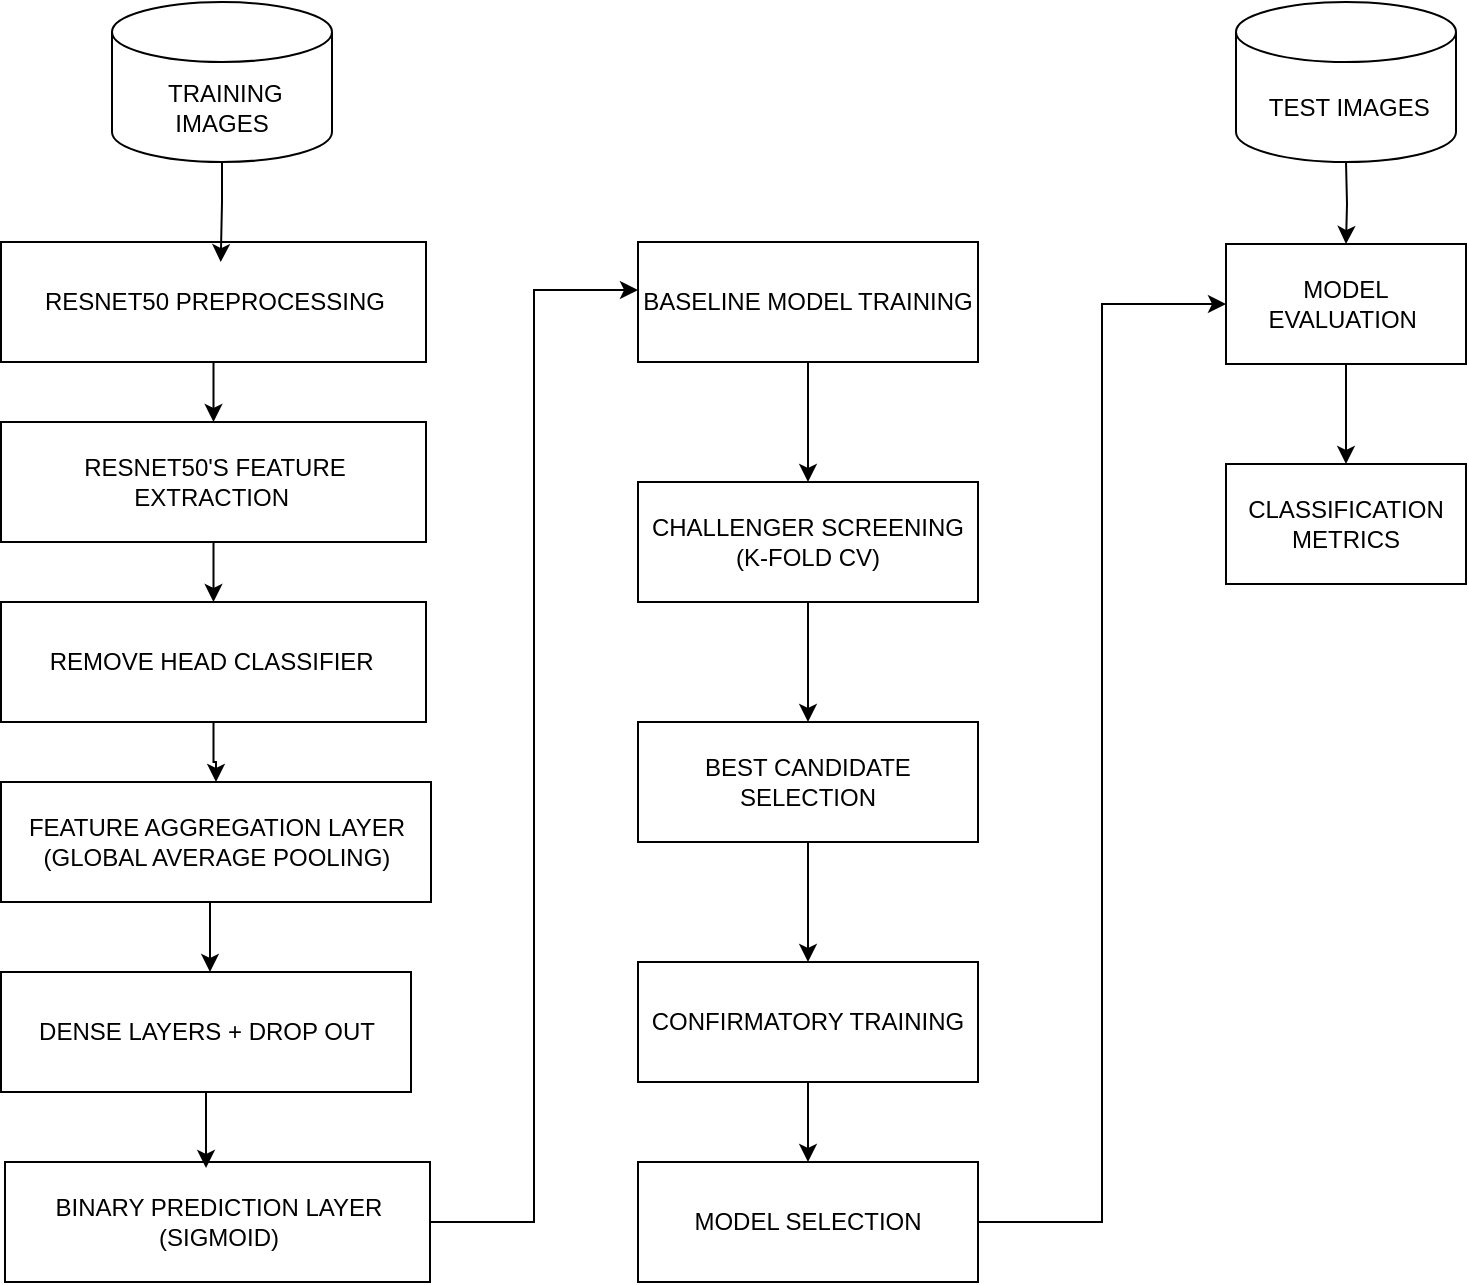
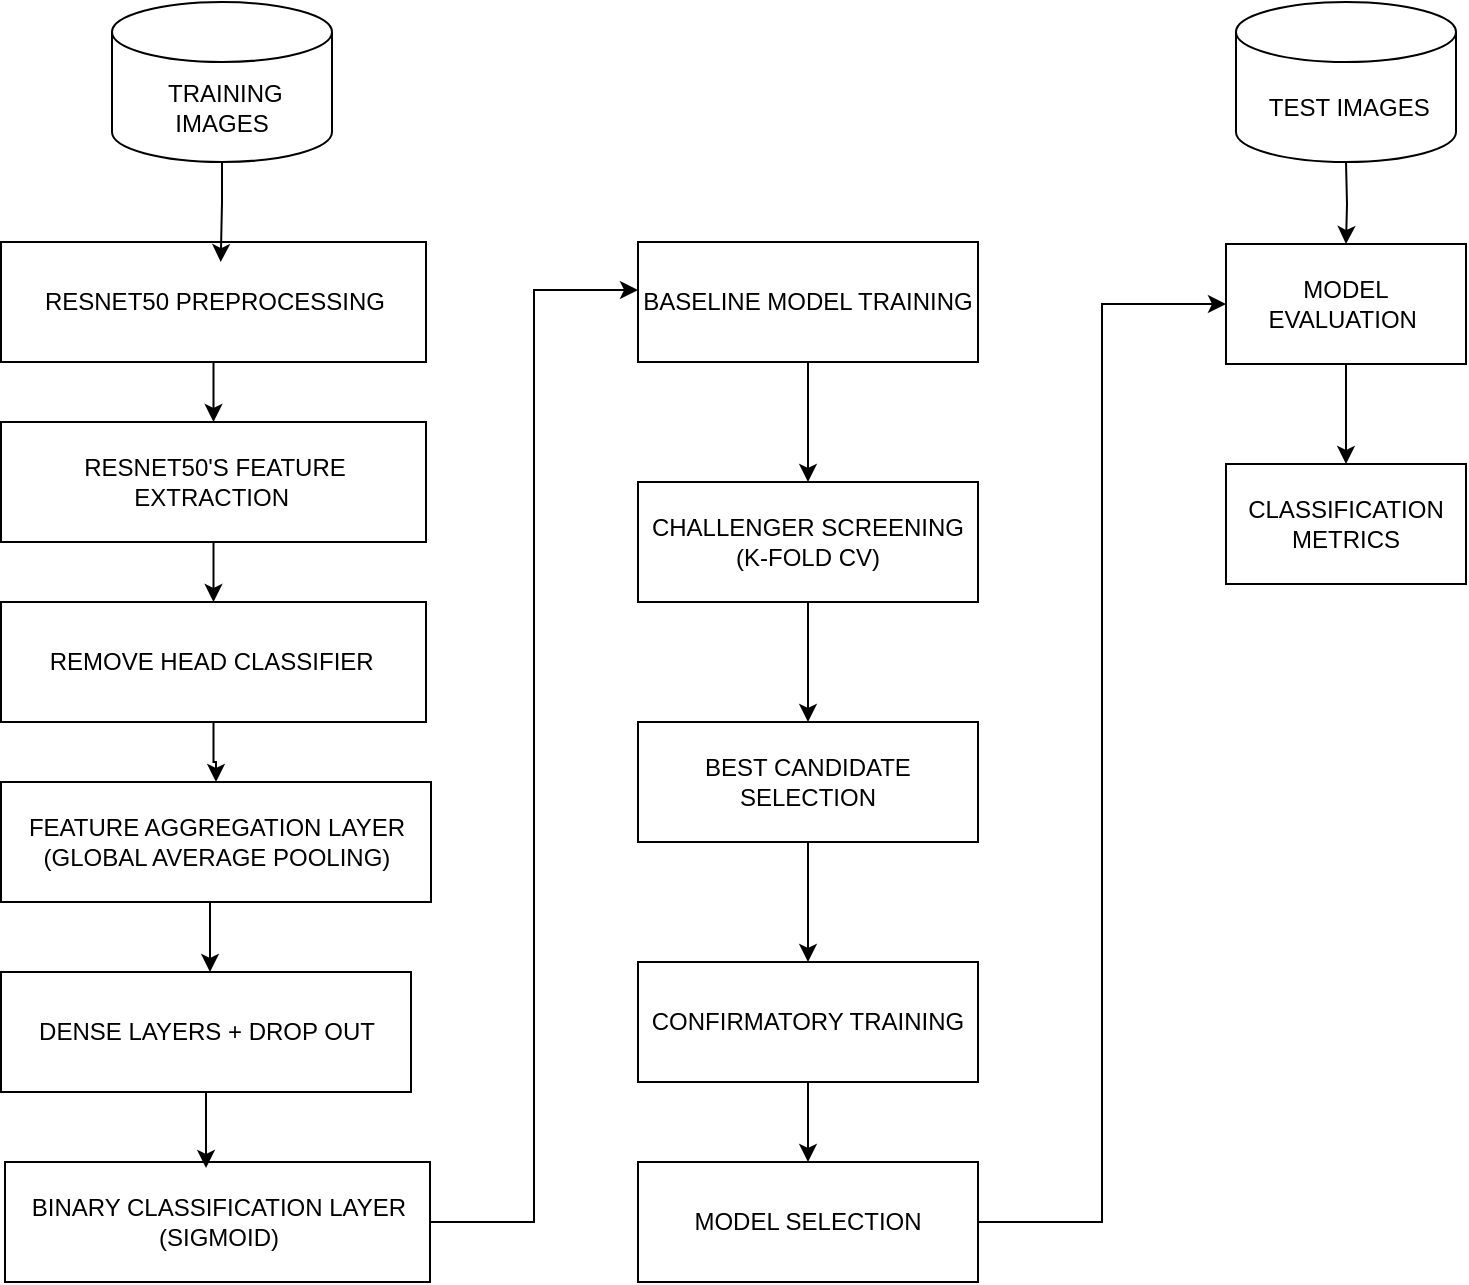
<mxfile host="app.diagrams.net">
  <diagram name="Page-1" id="Prmxn7w634DNLxsjH7Ni">
    <mxGraphModel dx="1204" dy="762" grid="1" gridSize="10" guides="1" tooltips="1" connect="1" arrows="1" fold="1" page="1" pageScale="1" pageWidth="827" pageHeight="1169" math="0" shadow="0">
      <root>
        <mxCell id="0" />
        <mxCell id="1" parent="0" />
        <mxCell id="3GNQFcIypI1lWF14nDhn-13" edge="1" parent="1" source="3GNQFcIypI1lWF14nDhn-2" style="edgeStyle=orthogonalEdgeStyle;rounded=0;orthogonalLoop=1;jettySize=auto;html=1;" target="3GNQFcIypI1lWF14nDhn-3">
          <mxGeometry relative="1" as="geometry" />
        </mxCell>
        <mxCell id="3GNQFcIypI1lWF14nDhn-2" parent="1" style="rounded=0;whiteSpace=wrap;html=1;" value="RESNET50 PREPROCESSING" vertex="1">
          <mxGeometry height="60" width="212.5" x="267.5" y="160" as="geometry" />
        </mxCell>
        <mxCell id="CchPPJZIBJB1su9VFTO4-14" edge="1" parent="1" source="3GNQFcIypI1lWF14nDhn-3" style="edgeStyle=orthogonalEdgeStyle;rounded=0;orthogonalLoop=1;jettySize=auto;html=1;entryX=0.5;entryY=0;entryDx=0;entryDy=0;" target="3GNQFcIypI1lWF14nDhn-6">
          <mxGeometry relative="1" as="geometry" />
        </mxCell>
        <mxCell id="3GNQFcIypI1lWF14nDhn-3" parent="1" style="rounded=0;whiteSpace=wrap;html=1;" value="RESNET50&#39;S FEATURE EXTRACTION&amp;nbsp;" vertex="1">
          <mxGeometry height="60" width="212.5" x="267.5" y="250" as="geometry" />
        </mxCell>
        <mxCell id="CchPPJZIBJB1su9VFTO4-15" edge="1" parent="1" source="3GNQFcIypI1lWF14nDhn-6" style="edgeStyle=orthogonalEdgeStyle;rounded=0;orthogonalLoop=1;jettySize=auto;html=1;entryX=0.5;entryY=0;entryDx=0;entryDy=0;" target="3GNQFcIypI1lWF14nDhn-7">
          <mxGeometry relative="1" as="geometry" />
        </mxCell>
        <mxCell id="3GNQFcIypI1lWF14nDhn-6" parent="1" style="rounded=0;whiteSpace=wrap;html=1;" value="REMOVE HEAD CLASSIFIER&amp;nbsp;" vertex="1">
          <mxGeometry height="60" width="212.5" x="267.5" y="340" as="geometry" />
        </mxCell>
        <mxCell id="CchPPJZIBJB1su9VFTO4-17" edge="1" parent="1" style="edgeStyle=orthogonalEdgeStyle;rounded=0;orthogonalLoop=1;jettySize=auto;html=1;entryX=0.5;entryY=0;entryDx=0;entryDy=0;">
          <mxGeometry relative="1" as="geometry">
            <mxPoint x="377" y="490" as="sourcePoint" />
            <mxPoint x="372" y="525" as="targetPoint" />
          </mxGeometry>
        </mxCell>
        <mxCell id="3GNQFcIypI1lWF14nDhn-7" parent="1" style="rounded=0;whiteSpace=wrap;html=1;" value="FEATURE AGGREGATION LAYER (GLOBAL AVERAGE POOLING)" vertex="1">
          <mxGeometry height="60" width="215" x="267.5" y="430" as="geometry" />
        </mxCell>
        <mxCell id="3GNQFcIypI1lWF14nDhn-16" edge="1" parent="1" style="edgeStyle=orthogonalEdgeStyle;rounded=0;orthogonalLoop=1;jettySize=auto;html=1;" target="3GNQFcIypI1lWF14nDhn-9">
          <mxGeometry relative="1" as="geometry">
            <mxPoint x="940" y="120" as="sourcePoint" />
          </mxGeometry>
        </mxCell>
        <mxCell id="3GNQFcIypI1lWF14nDhn-17" edge="1" parent="1" source="3GNQFcIypI1lWF14nDhn-9" style="edgeStyle=orthogonalEdgeStyle;rounded=0;orthogonalLoop=1;jettySize=auto;html=1;" target="3GNQFcIypI1lWF14nDhn-10">
          <mxGeometry relative="1" as="geometry" />
        </mxCell>
        <mxCell id="3GNQFcIypI1lWF14nDhn-9" parent="1" style="rounded=0;whiteSpace=wrap;html=1;" value="MODEL EVALUATION&amp;nbsp;" vertex="1">
          <mxGeometry height="60" width="120" x="880" y="161" as="geometry" />
        </mxCell>
        <mxCell id="3GNQFcIypI1lWF14nDhn-10" parent="1" style="rounded=0;whiteSpace=wrap;html=1;" value="CLASSIFICATION METRICS" vertex="1">
          <mxGeometry height="60" width="120" x="880" y="271" as="geometry" />
        </mxCell>
        <mxCell id="3GNQFcIypI1lWF14nDhn-19" parent="1" style="shape=cylinder3;whiteSpace=wrap;html=1;boundedLbl=1;backgroundOutline=1;size=15;" value="&amp;nbsp;TRAINING IMAGES" vertex="1">
          <mxGeometry height="80" width="110" x="323" y="40" as="geometry" />
        </mxCell>
        <mxCell id="3GNQFcIypI1lWF14nDhn-20" parent="1" style="shape=cylinder3;whiteSpace=wrap;html=1;boundedLbl=1;backgroundOutline=1;size=15;" value="&amp;nbsp;TEST IMAGES" vertex="1">
          <mxGeometry height="80" width="110" x="885" y="40" as="geometry" />
        </mxCell>
        <mxCell id="CchPPJZIBJB1su9VFTO4-1" parent="1" style="rounded=0;whiteSpace=wrap;html=1;" value="DENSE LAYERS + DROP OUT" vertex="1">
          <mxGeometry height="60" width="205" x="267.5" y="525" as="geometry" />
        </mxCell>
        <mxCell id="CchPPJZIBJB1su9VFTO4-2" edge="1" parent="1" source="3GNQFcIypI1lWF14nDhn-19" style="edgeStyle=orthogonalEdgeStyle;rounded=0;orthogonalLoop=1;jettySize=auto;html=1;entryX=0.517;entryY=0.167;entryDx=0;entryDy=0;entryPerimeter=0;" target="3GNQFcIypI1lWF14nDhn-2">
          <mxGeometry relative="1" as="geometry" />
        </mxCell>
-         <mxCell id="CchPPJZIBJB1su9VFTO4-6" parent="1" style="rounded=0;whiteSpace=wrap;html=1;" value="BINARY PREDICTION LAYER (SIGMOID)" vertex="1">
+         <mxCell id="CchPPJZIBJB1su9VFTO4-6" parent="1" style="rounded=0;whiteSpace=wrap;html=1;" value="BINARY CLASSIFICATION LAYER (SIGMOID)" vertex="1">
          <mxGeometry height="60" width="212.5" x="269.5" y="620" as="geometry" />
        </mxCell>
        <mxCell id="CchPPJZIBJB1su9VFTO4-21" edge="1" parent="1" source="CchPPJZIBJB1su9VFTO4-9" style="edgeStyle=orthogonalEdgeStyle;rounded=0;orthogonalLoop=1;jettySize=auto;html=1;entryX=0.5;entryY=0;entryDx=0;entryDy=0;" target="CchPPJZIBJB1su9VFTO4-10">
          <mxGeometry relative="1" as="geometry" />
        </mxCell>
        <mxCell id="CchPPJZIBJB1su9VFTO4-9" parent="1" style="rounded=0;whiteSpace=wrap;html=1;" value="BASELINE MODEL TRAINING" vertex="1">
          <mxGeometry height="60" width="170" x="586" y="160" as="geometry" />
        </mxCell>
        <mxCell id="CchPPJZIBJB1su9VFTO4-22" edge="1" parent="1" source="CchPPJZIBJB1su9VFTO4-10" style="edgeStyle=orthogonalEdgeStyle;rounded=0;orthogonalLoop=1;jettySize=auto;html=1;entryX=0.5;entryY=0;entryDx=0;entryDy=0;" target="CchPPJZIBJB1su9VFTO4-11">
          <mxGeometry relative="1" as="geometry" />
        </mxCell>
        <mxCell id="CchPPJZIBJB1su9VFTO4-10" parent="1" style="rounded=0;whiteSpace=wrap;html=1;" value="CHALLENGER SCREENING (K-FOLD CV)" vertex="1">
          <mxGeometry height="60" width="170" x="586" y="280" as="geometry" />
        </mxCell>
        <mxCell id="CchPPJZIBJB1su9VFTO4-23" edge="1" parent="1" source="CchPPJZIBJB1su9VFTO4-11" style="edgeStyle=orthogonalEdgeStyle;rounded=0;orthogonalLoop=1;jettySize=auto;html=1;entryX=0.5;entryY=0;entryDx=0;entryDy=0;" target="CchPPJZIBJB1su9VFTO4-12">
          <mxGeometry relative="1" as="geometry" />
        </mxCell>
        <mxCell id="CchPPJZIBJB1su9VFTO4-11" parent="1" style="rounded=0;whiteSpace=wrap;html=1;" value="BEST CANDIDATE SELECTION" vertex="1">
          <mxGeometry height="60" width="170" x="586" y="400" as="geometry" />
        </mxCell>
        <mxCell id="CchPPJZIBJB1su9VFTO4-24" edge="1" parent="1" source="CchPPJZIBJB1su9VFTO4-12" style="edgeStyle=orthogonalEdgeStyle;rounded=0;orthogonalLoop=1;jettySize=auto;html=1;entryX=0.5;entryY=0;entryDx=0;entryDy=0;" target="CchPPJZIBJB1su9VFTO4-13">
          <mxGeometry relative="1" as="geometry" />
        </mxCell>
        <mxCell id="CchPPJZIBJB1su9VFTO4-12" parent="1" style="rounded=0;whiteSpace=wrap;html=1;" value="CONFIRMATORY TRAINING" vertex="1">
          <mxGeometry height="60" width="170" x="586" y="520" as="geometry" />
        </mxCell>
        <mxCell id="CchPPJZIBJB1su9VFTO4-25" edge="1" parent="1" source="CchPPJZIBJB1su9VFTO4-13" style="edgeStyle=orthogonalEdgeStyle;rounded=0;orthogonalLoop=1;jettySize=auto;html=1;entryX=0;entryY=0.5;entryDx=0;entryDy=0;" target="3GNQFcIypI1lWF14nDhn-9">
          <mxGeometry relative="1" as="geometry" />
        </mxCell>
        <mxCell id="CchPPJZIBJB1su9VFTO4-13" parent="1" style="rounded=0;whiteSpace=wrap;html=1;" value="MODEL SELECTION" vertex="1">
          <mxGeometry height="60" width="170" x="586" y="620" as="geometry" />
        </mxCell>
        <mxCell id="CchPPJZIBJB1su9VFTO4-18" edge="1" parent="1" source="CchPPJZIBJB1su9VFTO4-1" style="edgeStyle=orthogonalEdgeStyle;rounded=0;orthogonalLoop=1;jettySize=auto;html=1;entryX=0.473;entryY=0.05;entryDx=0;entryDy=0;entryPerimeter=0;" target="CchPPJZIBJB1su9VFTO4-6">
          <mxGeometry relative="1" as="geometry" />
        </mxCell>
        <mxCell id="CchPPJZIBJB1su9VFTO4-20" edge="1" parent="1" source="CchPPJZIBJB1su9VFTO4-6" style="edgeStyle=orthogonalEdgeStyle;rounded=0;orthogonalLoop=1;jettySize=auto;html=1;entryX=0;entryY=0.4;entryDx=0;entryDy=0;entryPerimeter=0;" target="CchPPJZIBJB1su9VFTO4-9">
          <mxGeometry relative="1" as="geometry" />
        </mxCell>
      </root>
    </mxGraphModel>
  </diagram>
</mxfile>
